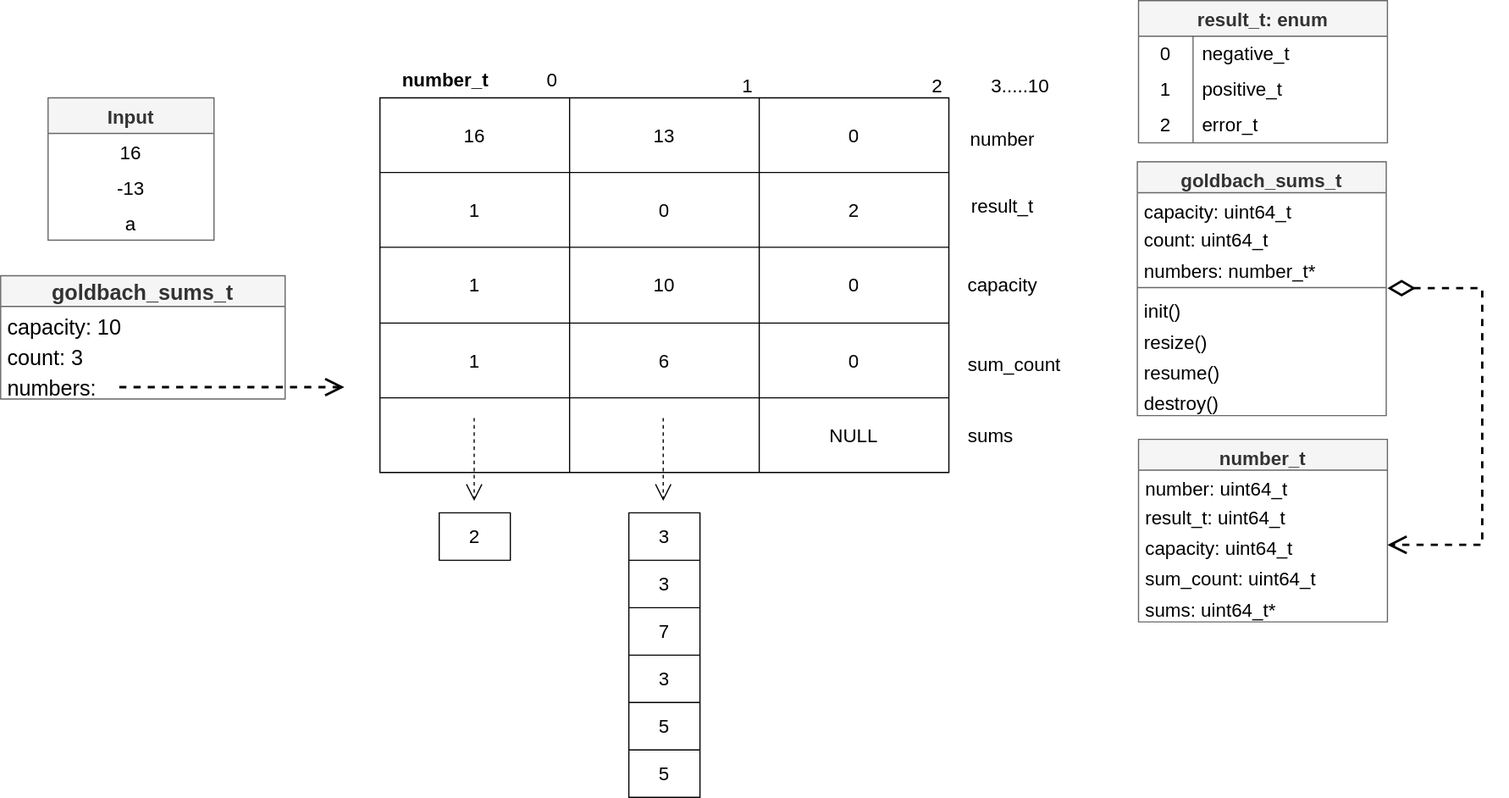
Before: homeworks/goldbach_serial/design/SVG/EstructuraDeDatos.drawio.svg, a diagram exported from draw.io (daperez03/CI-0117-Parallel-Workshops). Source tidied: cells renumbered, new cells last; positions are measured from the earlier drawing's top-left corner, leaving out a move shared by most shapes.
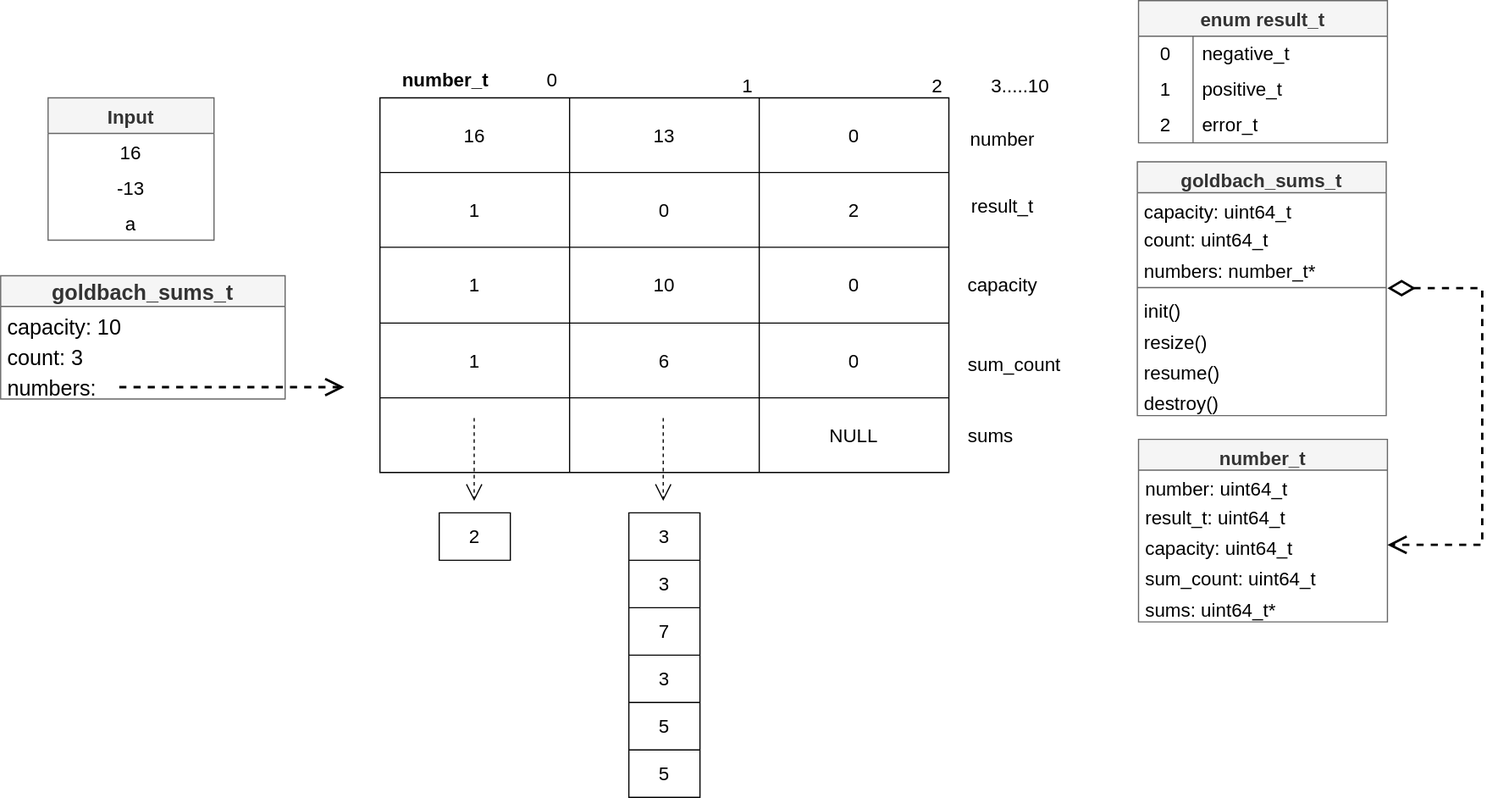
After the change.

Commit message:
Modificacion de enum

Change to the diagram source:
```diff
@@ -214,7 +214,7 @@
     <mxCell id="68" value="capacity" style="text;html=1;align=center;verticalAlign=middle;strokeColor=none;fillColor=none;fontSize=16;" parent="1" vertex="1">
       <mxGeometry x="800" y="225" width="90" height="30" as="geometry" />
     </mxCell>
-    <mxCell id="69" value="result_t: enum" style="shape=table;startSize=30;rowLines=0;fontStyle=1;fontSize=16;fillColor=#f5f5f5;fontColor=#333333;strokeColor=#666666;" parent="1" vertex="1">
+    <mxCell id="69" value="enum result_t" style="shape=table;startSize=30;rowLines=0;fontStyle=1;fontSize=16;fillColor=#f5f5f5;fontColor=#333333;strokeColor=#666666;" parent="1" vertex="1">
       <mxGeometry x="960" width="210" height="120" as="geometry" />
     </mxCell>
     <mxCell id="70" style="shape=tableRow;horizontal=0;startSize=0;swimlaneHead=0;swimlaneBody=0;top=0;left=0;bottom=0;right=0;fillColor=none;fontSize=16;" parent="69" vertex="1">
```
